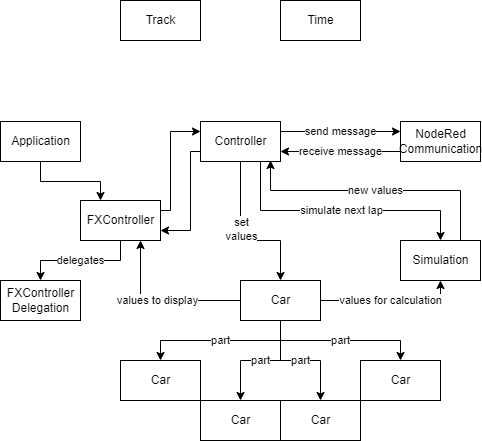
Earlier version of the draw.io export src/main/resources/ClassDiagram.png (Torfkopp/F1DigitalTwinNodeRED). Source tidied: cells renumbered, new cells last; positions are measured from the earlier drawing's top-left corner, leaving out a move shared by most shapes.
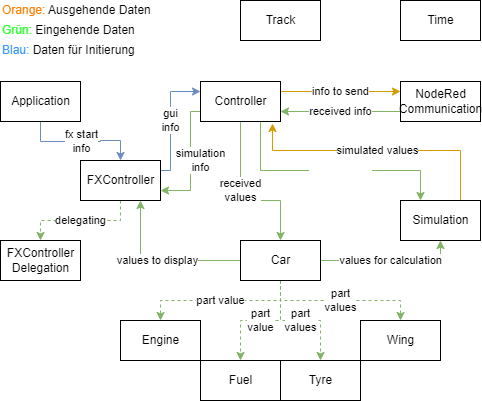
After the change.

Commit message:
Improved ClassDiagram.png and moved Track out of car

Change to the diagram source:
```diff
@@ -2,22 +2,27 @@
   <root>
     <mxCell id="0" />
     <mxCell id="1" parent="0" />
-    <mxCell id="2" style="edgeStyle=orthogonalEdgeStyle;rounded=0;jettySize=auto;html=1;exitX=0.5;exitY=1;exitDx=0;exitDy=0;entryX=0.25;entryY=0;entryDx=0;entryDy=0;" parent="1" edge="1" source="3" target="8">
+    <mxCell id="2" value="fx start&lt;br&gt;info" style="edgeStyle=orthogonalEdgeStyle;rounded=0;jettySize=auto;html=1;exitX=0.5;exitY=1;exitDx=0;exitDy=0;entryX=0.5;entryY=0;entryDx=0;entryDy=0;fillColor=#dae8fc;strokeColor=#6c8ebf;" parent="1" edge="1" source="3" target="8">
       <mxGeometry relative="1" as="geometry" />
     </mxCell>
     <mxCell id="3" value="Application" style="html=1;" parent="1" vertex="1">
       <mxGeometry y="121" width="80" height="40" as="geometry" />
     </mxCell>
-    <mxCell id="4" value="receive message" style="edgeStyle=orthogonalEdgeStyle;rounded=0;jettySize=auto;html=1;exitX=0;exitY=0.75;exitDx=0;exitDy=0;entryX=1;entryY=0.75;entryDx=0;entryDy=0;" parent="1" edge="1" source="5" target="15">
+    <mxCell id="4" value="received info" style="edgeStyle=orthogonalEdgeStyle;rounded=0;jettySize=auto;html=1;exitX=0;exitY=0.75;exitDx=0;exitDy=0;entryX=1;entryY=0.75;entryDx=0;entryDy=0;fillColor=#d5e8d4;strokeColor=#82b366;" parent="1" edge="1" source="5" target="15">
       <mxGeometry relative="1" as="geometry" />
     </mxCell>
     <mxCell id="5" value="NodeRed&lt;br&gt;Communication" style="html=1;" parent="1" vertex="1">
       <mxGeometry x="400" y="121" width="80" height="40" as="geometry" />
     </mxCell>
-    <mxCell id="6" value="delegates" style="edgeStyle=orthogonalEdgeStyle;rounded=0;jettySize=auto;html=1;exitX=0.5;exitY=1;exitDx=0;exitDy=0;" parent="1" edge="1" source="8" target="9">
-      <mxGeometry relative="1" as="geometry" />
+    <mxCell id="6" value="delegating" style="edgeStyle=orthogonalEdgeStyle;rounded=0;jettySize=auto;html=1;exitX=0.5;exitY=1;exitDx=0;exitDy=0;dashed=1;entryX=0.5;entryY=0;entryDx=0;entryDy=0;fillColor=#d5e8d4;strokeColor=#82b366;" parent="1" edge="1" source="8" target="9">
+      <mxGeometry relative="1" as="geometry">
+        <Array as="points">
+          <mxPoint x="120" y="260" />
+          <mxPoint x="40" y="260" />
+        </Array>
+      </mxGeometry>
     </mxCell>
-    <mxCell id="7" style="edgeStyle=orthogonalEdgeStyle;rounded=0;jettySize=auto;html=1;exitX=1;exitY=0.25;exitDx=0;exitDy=0;entryX=0;entryY=0.25;entryDx=0;entryDy=0;" parent="1" edge="1" source="8" target="15">
+    <mxCell id="7" value="gui&lt;br&gt;info" style="edgeStyle=orthogonalEdgeStyle;rounded=0;jettySize=auto;html=1;exitX=1;exitY=0.25;exitDx=0;exitDy=0;entryX=0;entryY=0.25;entryDx=0;entryDy=0;fillColor=#dae8fc;strokeColor=#6c8ebf;" parent="1" edge="1" source="8" target="15">
       <mxGeometry relative="1" as="geometry">
         <Array as="points">
           <mxPoint x="170" y="210" />
@@ -31,91 +36,97 @@
     <mxCell id="9" value="FXController&lt;br&gt;Delegation" style="html=1;" parent="1" vertex="1">
       <mxGeometry y="280" width="80" height="40" as="geometry" />
     </mxCell>
-    <mxCell id="10" value="send message" style="edgeStyle=orthogonalEdgeStyle;rounded=0;jettySize=auto;html=1;exitX=1;exitY=0.25;exitDx=0;exitDy=0;entryX=0;entryY=0.25;entryDx=0;entryDy=0;" parent="1" edge="1" source="15" target="5">
+    <mxCell id="10" value="info to send" style="edgeStyle=orthogonalEdgeStyle;rounded=0;jettySize=auto;html=1;exitX=1;exitY=0.25;exitDx=0;exitDy=0;entryX=0;entryY=0.25;entryDx=0;entryDy=0;fillColor=#ffe6cc;strokeColor=#d79b00;" parent="1" edge="1" source="15" target="5">
       <mxGeometry relative="1" as="geometry" />
     </mxCell>
-    <mxCell id="11" style="edgeStyle=orthogonalEdgeStyle;rounded=0;jettySize=auto;html=1;exitX=0.5;exitY=1;exitDx=0;exitDy=0;entryX=0.5;entryY=0;entryDx=0;entryDy=0;" parent="1" edge="1" source="15" target="25">
-      <mxGeometry relative="1" as="geometry">
+    <mxCell id="11" value="received&lt;br&gt;values" style="edgeStyle=orthogonalEdgeStyle;rounded=0;jettySize=auto;html=1;exitX=0.5;exitY=1;exitDx=0;exitDy=0;entryX=0.5;entryY=0;entryDx=0;entryDy=0;fillColor=#d5e8d4;strokeColor=#82b366;" parent="1" edge="1" source="15" target="25">
+      <mxGeometry x="-0.13" relative="1" as="geometry">
         <Array as="points">
           <mxPoint x="240" y="240" />
           <mxPoint x="280" y="240" />
         </Array>
       </mxGeometry>
     </mxCell>
-    <mxCell id="12" value="set&lt;br&gt;values" style="edgeLabel;html=1;align=center;verticalAlign=middle;" parent="11" vertex="1">
-      <mxGeometry x="-0.16" relative="1" as="geometry" />
-    </mxCell>
+    <mxCell id="14" value="simulation&lt;br&gt;info" style="edgeStyle=orthogonalEdgeStyle;rounded=0;jettySize=auto;html=1;exitX=0;exitY=0.75;exitDx=0;exitDy=0;entryX=1;entryY=0.75;entryDx=0;entryDy=0;fillColor=#d5e8d4;strokeColor=#82b366;" parent="1" edge="1" source="15" target="8">
+      <mxGeometry x="-0.01" y="10" relative="1" as="geometry">
+        <Array as="points">
+          <mxPoint x="190" y="151" />
+          <mxPoint x="190" y="230" />
+        </Array>
+      </mxGeometry>
+    </mxCell>
-    <mxCell id="13" value="simulate next lap" style="edgeStyle=orthogonalEdgeStyle;rounded=0;jettySize=auto;html=1;exitX=0.75;exitY=1;exitDx=0;exitDy=0;entryX=0.5;entryY=0;entryDx=0;entryDy=0;" parent="1" edge="1" source="15" target="17">
-      <mxGeometry relative="1" as="geometry">
+    <mxCell id="13" value="&lt;font color=&quot;#ffffff&quot;&gt;relevant data&lt;/font&gt;" style="edgeStyle=orthogonalEdgeStyle;rounded=0;jettySize=auto;html=1;exitX=0.75;exitY=1;exitDx=0;exitDy=0;entryX=0.25;entryY=0;entryDx=0;entryDy=0;fontColor=#3399FF;verticalAlign=bottom;fillColor=#d5e8d4;strokeColor=#82b366;" parent="1" edge="1" source="15" target="17">
+      <mxGeometry x="0.08" y="-10" relative="1" as="geometry">
         <Array as="points">
           <mxPoint x="260" y="210" />
-          <mxPoint x="440" y="210" />
+          <mxPoint x="420" y="210" />
         </Array>
       </mxGeometry>
     </mxCell>
-    <mxCell id="14" style="edgeStyle=orthogonalEdgeStyle;rounded=0;jettySize=auto;html=1;exitX=0;exitY=0.75;exitDx=0;exitDy=0;entryX=1;entryY=0.75;entryDx=0;entryDy=0;" parent="1" edge="1" source="15" target="8">
-      <mxGeometry relative="1" as="geometry">
-        <Array as="points">
-          <mxPoint x="190" y="151" />
-          <mxPoint x="190" y="230" />
-        </Array>
-      </mxGeometry>
-    </mxCell>
     <mxCell id="15" value="Controller" style="html=1;" parent="1" vertex="1">
       <mxGeometry x="200" y="121" width="80" height="40" as="geometry" />
     </mxCell>
-    <mxCell id="16" value="new values" style="edgeStyle=orthogonalEdgeStyle;rounded=0;jettySize=auto;html=1;exitX=0.75;exitY=0;exitDx=0;exitDy=0;entryX=0.875;entryY=0.975;entryDx=0;entryDy=0;entryPerimeter=0;" parent="1" edge="1" source="17" target="15">
+    <mxCell id="16" value="simulated values" style="edgeStyle=orthogonalEdgeStyle;rounded=0;jettySize=auto;html=1;exitX=0.75;exitY=0;exitDx=0;exitDy=0;entryX=0.9;entryY=1.05;entryDx=0;entryDy=0;fillColor=#ffe6cc;strokeColor=#d79b00;entryPerimeter=0;" parent="1" edge="1" source="17" target="15">
       <mxGeometry relative="1" as="geometry">
         <Array as="points">
           <mxPoint x="460" y="190" />
-          <mxPoint x="270" y="190" />
+          <mxPoint x="272" y="190" />
         </Array>
       </mxGeometry>
     </mxCell>
     <mxCell id="17" value="Simulation" style="html=1;" parent="1" vertex="1">
       <mxGeometry x="400" y="240" width="80" height="40" as="geometry" />
     </mxCell>
-    <mxCell id="18" value="part" style="edgeStyle=orthogonalEdgeStyle;rounded=0;jettySize=auto;html=1;exitX=0.5;exitY=1;exitDx=0;exitDy=0;entryX=0.5;entryY=0;entryDx=0;entryDy=0;" parent="1" edge="1" source="25" target="28">
+    <mxCell id="18" value="part value" style="edgeStyle=orthogonalEdgeStyle;rounded=0;jettySize=auto;html=1;exitX=0.5;exitY=1;exitDx=0;exitDy=0;entryX=0.5;entryY=0;entryDx=0;entryDy=0;dashed=1;fillColor=#d5e8d4;strokeColor=#82b366;" parent="1" edge="1" source="25" target="28">
       <mxGeometry relative="1" as="geometry" />
     </mxCell>
-    <mxCell id="19" value="part" style="edgeStyle=orthogonalEdgeStyle;rounded=0;jettySize=auto;html=1;exitX=0.5;exitY=1;exitDx=0;exitDy=0;entryX=0.5;entryY=0;entryDx=0;entryDy=0;" parent="1" edge="1" source="25" target="31">
+    <mxCell id="19" value="part&lt;br&gt;values" style="edgeStyle=orthogonalEdgeStyle;rounded=0;jettySize=auto;html=1;exitX=0.5;exitY=1;exitDx=0;exitDy=0;entryX=0.5;entryY=0;entryDx=0;entryDy=0;dashed=1;fillColor=#d5e8d4;strokeColor=#82b366;" parent="1" edge="1" source="25" target="31">
       <mxGeometry relative="1" as="geometry" />
     </mxCell>
-    <mxCell id="20" value="part" style="edgeStyle=orthogonalEdgeStyle;rounded=0;jettySize=auto;html=1;exitX=0.5;exitY=1;exitDx=0;exitDy=0;entryX=0.5;entryY=0;entryDx=0;entryDy=0;" parent="1" edge="1" source="25" target="29">
+    <mxCell id="20" value="part&lt;br&gt;value" style="edgeStyle=orthogonalEdgeStyle;rounded=0;jettySize=auto;html=1;exitX=0.5;exitY=1;exitDx=0;exitDy=0;entryX=0.5;entryY=0;entryDx=0;entryDy=0;dashed=1;fillColor=#d5e8d4;strokeColor=#82b366;" parent="1" edge="1" source="25" target="29">
       <mxGeometry relative="1" as="geometry" />
     </mxCell>
-    <mxCell id="21" value="part" style="edgeStyle=orthogonalEdgeStyle;rounded=0;jettySize=auto;html=1;exitX=0.5;exitY=1;exitDx=0;exitDy=0;entryX=0.5;entryY=0;entryDx=0;entryDy=0;" parent="1" edge="1" source="25" target="30">
+    <mxCell id="21" value="part&lt;br&gt;values" style="edgeStyle=orthogonalEdgeStyle;rounded=0;jettySize=auto;html=1;exitX=0.5;exitY=1;exitDx=0;exitDy=0;entryX=0.5;entryY=0;entryDx=0;entryDy=0;dashed=1;fillColor=#d5e8d4;strokeColor=#82b366;" parent="1" edge="1" source="25" target="30">
       <mxGeometry relative="1" as="geometry" />
     </mxCell>
-    <mxCell id="22" style="edgeStyle=orthogonalEdgeStyle;rounded=0;jettySize=auto;html=1;exitX=0;exitY=0.5;exitDx=0;exitDy=0;entryX=0.75;entryY=1;entryDx=0;entryDy=0;" parent="1" edge="1" source="25" target="8">
+    <mxCell id="22" style="edgeStyle=orthogonalEdgeStyle;rounded=0;jettySize=auto;html=1;exitX=0;exitY=0.5;exitDx=0;exitDy=0;entryX=0.75;entryY=1;entryDx=0;entryDy=0;fillColor=#d5e8d4;strokeColor=#82b366;" parent="1" edge="1" source="25" target="8">
       <mxGeometry relative="1" as="geometry" />
     </mxCell>
     <mxCell id="23" value="values to display" style="edgeLabel;html=1;align=center;verticalAlign=middle;" parent="22" vertex="1">
       <mxGeometry x="0.05" y="-1" relative="1" as="geometry" />
     </mxCell>
-    <mxCell id="24" value="values for calculation" style="edgeStyle=orthogonalEdgeStyle;rounded=0;jettySize=auto;html=1;exitX=1;exitY=0.5;exitDx=0;exitDy=0;entryX=0.5;entryY=1;entryDx=0;entryDy=0;" parent="1" edge="1" source="25" target="17">
+    <mxCell id="24" value="values for calculation" style="edgeStyle=orthogonalEdgeStyle;rounded=0;jettySize=auto;html=1;exitX=1;exitY=0.5;exitDx=0;exitDy=0;entryX=0.5;entryY=1;entryDx=0;entryDy=0;fillColor=#d5e8d4;strokeColor=#82b366;" parent="1" edge="1" source="25" target="17">
       <mxGeometry relative="1" as="geometry" />
     </mxCell>
     <mxCell id="25" value="Car" style="html=1;" parent="1" vertex="1">
       <mxGeometry x="240" y="280" width="80" height="40" as="geometry" />
     </mxCell>
     <mxCell id="26" value="Track" style="html=1;" parent="1" vertex="1">
-      <mxGeometry x="120" width="80" height="40" as="geometry" />
+      <mxGeometry x="240" y="40" width="80" height="40" as="geometry" />
     </mxCell>
     <mxCell id="27" value="Time" style="html=1;" parent="1" vertex="1">
-      <mxGeometry x="280" width="80" height="40" as="geometry" />
+      <mxGeometry x="400" y="40" width="80" height="40" as="geometry" />
     </mxCell>
-    <mxCell id="28" value="Car" style="html=1;" parent="1" vertex="1">
+    <mxCell id="28" value="Engine" style="html=1;" parent="1" vertex="1">
       <mxGeometry x="120" y="360" width="80" height="40" as="geometry" />
     </mxCell>
-    <mxCell id="29" value="Car" style="html=1;" parent="1" vertex="1">
+    <mxCell id="29" value="Fuel" style="html=1;" parent="1" vertex="1">
       <mxGeometry x="200" y="400" width="80" height="40" as="geometry" />
     </mxCell>
-    <mxCell id="30" value="Car" style="html=1;" parent="1" vertex="1">
+    <mxCell id="30" value="Tyre" style="html=1;" parent="1" vertex="1">
       <mxGeometry x="280" y="400" width="80" height="40" as="geometry" />
     </mxCell>
-    <mxCell id="31" value="Car" style="html=1;" parent="1" vertex="1">
+    <mxCell id="31" value="Wing" style="html=1;" parent="1" vertex="1">
       <mxGeometry x="360" y="360" width="80" height="40" as="geometry" />
     </mxCell>
+    <mxCell id="32" value="&lt;font color=&quot;#ff8000&quot;&gt;Orange:&lt;/font&gt;&amp;nbsp;Ausgehende Daten" style="text;html=1;strokeColor=none;fillColor=none;align=left;verticalAlign=middle;whiteSpace=wrap;rounded=0;" parent="1" vertex="1">
+      <mxGeometry y="40" width="160" height="20" as="geometry" />
+    </mxCell>
+    <mxCell id="33" value="&lt;font color=&quot;#33ff33&quot;&gt;Grün:&lt;/font&gt; Eingehende Daten" style="text;html=1;strokeColor=none;fillColor=none;align=left;verticalAlign=middle;whiteSpace=wrap;rounded=0;" parent="1" vertex="1">
+      <mxGeometry y="60" width="160" height="20" as="geometry" />
+    </mxCell>
+    <mxCell id="34" value="&lt;font color=&quot;#3399ff&quot;&gt;Blau:&lt;/font&gt; Daten für Initierung" style="text;html=1;align=left;verticalAlign=middle;whiteSpace=wrap;rounded=0;" parent="1" vertex="1">
+      <mxGeometry y="80" width="160" height="20" as="geometry" />
+    </mxCell>
   </root>
 </mxGraphModel>
```
